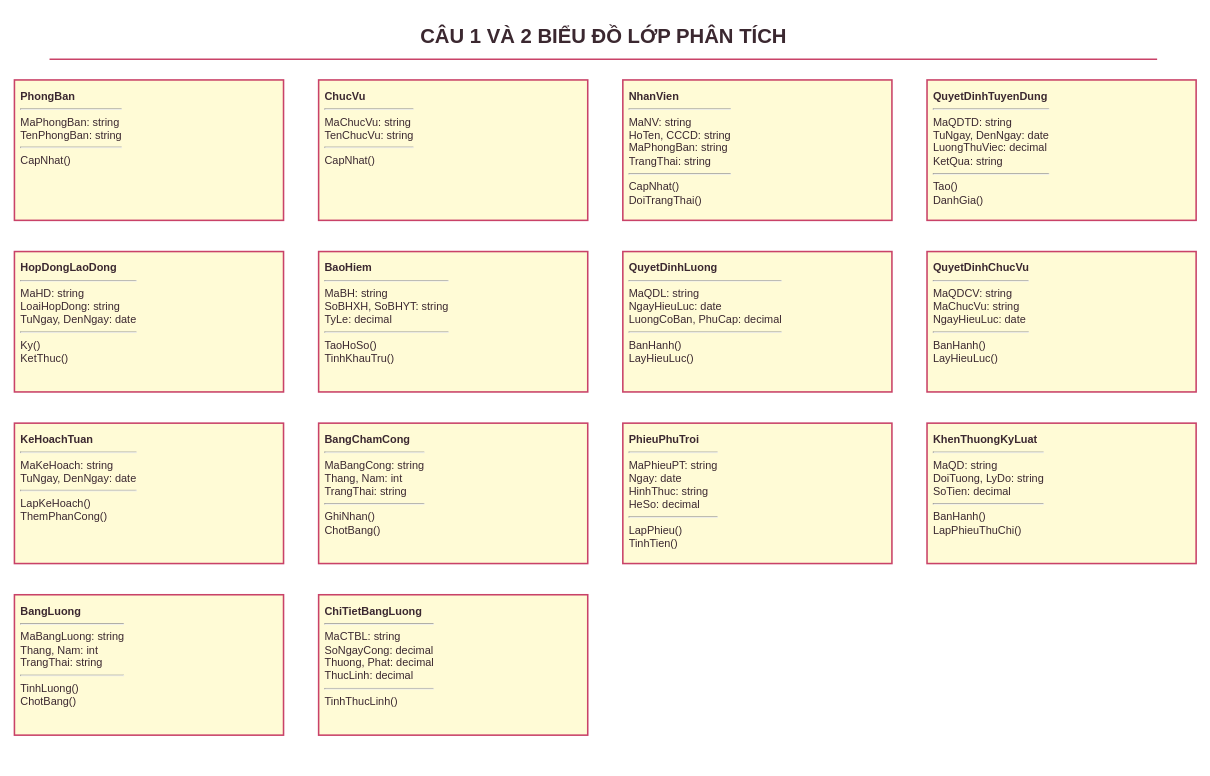
Earlier version of the draw.io diagram page "Câu 1 Và 2 Biểu Đồ Lớp Phân Tích" (1 of 8) of LAB_AT_OOSD/LAB07/thietke/PhamMinhGiang-12DHCNPM1-LAB07.drawio (1250080044-PhamMinhGiang-12DHCNPM1/OOP-Lab). Source tidied: cells renumbered, new cells numbered last; positions are measured from the earlier drawing's top-left corner, leaving out a move shared by most shapes. Both pictures are drawn from the tidied source at 78%, with x=0, y=0 at pixel (14, 13).
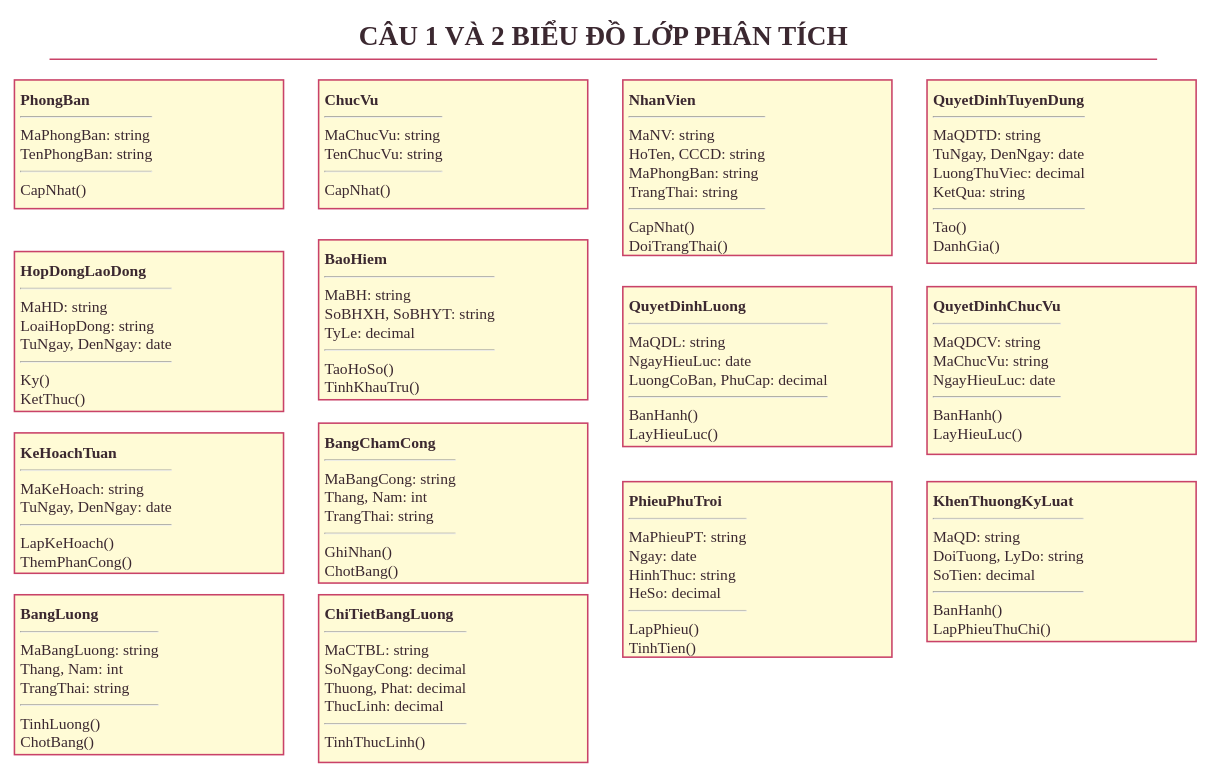
The same diagram, later.

The edit, as a diff of the source:
```diff
@@
 <mxGraphModel background="#FFFFFF">
   <root>
     <mxCell id="0" />
     <mxCell id="1" parent="0" />
-    <mxCell id="2" value="CÂU 1 VÀ 2  BIỂU ĐỒ LỚP PHÂN TÍCH" style="text;html=1;align=center;verticalAlign=middle;fontSize=26;fontStyle=1;fontColor=#3B2830;strokeColor=none;fillColor=none;" parent="1" vertex="1">
+    <mxCell id="2" value="CÂU 1 VÀ 2  BIỂU ĐỒ LỚP PHÂN TÍCH" style="text;html=1;align=center;verticalAlign=middle;fontSize=35;fontStyle=1;fontColor=#3B2830;strokeColor=none;fillColor=none;fontFamily=Times New Roman;" parent="1" vertex="1">
       <mxGeometry x="45" width="1420" height="58" as="geometry" />
     </mxCell>
-    <mxCell id="3" style="shape=line;strokeColor=#C94268;strokeWidth=2;" parent="1" vertex="1">
+    <mxCell id="3" style="shape=line;strokeColor=#C94268;strokeWidth=2;fontFamily=Times New Roman;fontSize=20;align=left;" parent="1" vertex="1">
       <mxGeometry x="45" y="58" width="1420" height="1" as="geometry" />
     </mxCell>
-    <mxCell id="4" value="&lt;b&gt;PhongBan&lt;/b&gt;&lt;hr&gt;MaPhongBan: string&lt;br&gt;TenPhongBan: string&lt;hr&gt;CapNhat()" style="rounded=0;whiteSpace=wrap;html=1;fontColor=#3B2830;strokeColor=#C94268;strokeWidth=2;fillColor=#FFFBD6;fontSize=14;align=left;verticalAlign=top;spacing=8;" parent="1" vertex="1">
-      <mxGeometry y="85" width="345" height="180" as="geometry" />
+    <mxCell id="4" value="&lt;b&gt;PhongBan&lt;/b&gt;&lt;hr&gt;MaPhongBan: string&lt;br&gt;TenPhongBan: string&lt;hr&gt;CapNhat()" style="rounded=0;whiteSpace=wrap;html=1;fontColor=#3B2830;strokeColor=#C94268;strokeWidth=2;fillColor=#FFFBD6;fontSize=20;align=left;verticalAlign=top;spacing=8;fontFamily=Times New Roman;" parent="1" vertex="1">
+      <mxGeometry y="85" width="345" height="165" as="geometry" />
     </mxCell>
-    <mxCell id="5" value="&lt;b&gt;ChucVu&lt;/b&gt;&lt;hr&gt;MaChucVu: string&lt;br&gt;TenChucVu: string&lt;hr&gt;CapNhat()" style="rounded=0;whiteSpace=wrap;html=1;fontColor=#3B2830;strokeColor=#C94268;strokeWidth=2;fillColor=#FFFBD6;fontSize=14;align=left;verticalAlign=top;spacing=8;" parent="1" vertex="1">
-      <mxGeometry x="390" y="85" width="345" height="180" as="geometry" />
+    <mxCell id="5" value="&lt;b&gt;ChucVu&lt;/b&gt;&lt;hr&gt;MaChucVu: string&lt;br&gt;TenChucVu: string&lt;hr&gt;CapNhat()" style="rounded=0;whiteSpace=wrap;html=1;fontColor=#3B2830;strokeColor=#C94268;strokeWidth=2;fillColor=#FFFBD6;fontSize=20;align=left;verticalAlign=top;spacing=8;fontFamily=Times New Roman;" parent="1" vertex="1">
+      <mxGeometry x="390" y="85" width="345" height="165" as="geometry" />
     </mxCell>
-    <mxCell id="6" value="&lt;b&gt;NhanVien&lt;/b&gt;&lt;hr&gt;MaNV: string&lt;br&gt;HoTen, CCCD: string&lt;br&gt;MaPhongBan: string&lt;br&gt;TrangThai: string&lt;hr&gt;CapNhat()&lt;br&gt;DoiTrangThai()" style="rounded=0;whiteSpace=wrap;html=1;fontColor=#3B2830;strokeColor=#C94268;strokeWidth=2;fillColor=#FFFBD6;fontSize=14;align=left;verticalAlign=top;spacing=8;" parent="1" vertex="1">
-      <mxGeometry x="780" y="85" width="345" height="180" as="geometry" />
+    <mxCell id="6" value="&lt;b&gt;NhanVien&lt;/b&gt;&lt;hr&gt;MaNV: string&lt;br&gt;HoTen, CCCD: string&lt;br&gt;MaPhongBan: string&lt;br&gt;TrangThai: string&lt;hr&gt;CapNhat()&lt;br&gt;DoiTrangThai()" style="rounded=0;whiteSpace=wrap;html=1;fontColor=#3B2830;strokeColor=#C94268;strokeWidth=2;fillColor=#FFFBD6;fontSize=20;align=left;verticalAlign=top;spacing=8;fontFamily=Times New Roman;" parent="1" vertex="1">
+      <mxGeometry x="780" y="85" width="345" height="225" as="geometry" />
     </mxCell>
-    <mxCell id="7" value="&lt;b&gt;QuyetDinhTuyenDung&lt;/b&gt;&lt;hr&gt;MaQDTD: string&lt;br&gt;TuNgay, DenNgay: date&lt;br&gt;LuongThuViec: decimal&lt;br&gt;KetQua: string&lt;hr&gt;Tao()&lt;br&gt;DanhGia()" style="rounded=0;whiteSpace=wrap;html=1;fontColor=#3B2830;strokeColor=#C94268;strokeWidth=2;fillColor=#FFFBD6;fontSize=14;align=left;verticalAlign=top;spacing=8;" parent="1" vertex="1">
-      <mxGeometry x="1170" y="85" width="345" height="180" as="geometry" />
+    <mxCell id="7" value="&lt;b&gt;QuyetDinhTuyenDung&lt;/b&gt;&lt;hr&gt;MaQDTD: string&lt;br&gt;TuNgay, DenNgay: date&lt;br&gt;LuongThuViec: decimal&lt;br&gt;KetQua: string&lt;hr&gt;Tao()&lt;br&gt;DanhGia()" style="rounded=0;whiteSpace=wrap;html=1;fontColor=#3B2830;strokeColor=#C94268;strokeWidth=2;fillColor=#FFFBD6;fontSize=20;align=left;verticalAlign=top;spacing=8;fontFamily=Times New Roman;" parent="1" vertex="1">
+      <mxGeometry x="1170" y="85" width="345" height="235" as="geometry" />
     </mxCell>
-    <mxCell id="8" value="&lt;b&gt;HopDongLaoDong&lt;/b&gt;&lt;hr&gt;MaHD: string&lt;br&gt;LoaiHopDong: string&lt;br&gt;TuNgay, DenNgay: date&lt;hr&gt;Ky()&lt;br&gt;KetThuc()" style="rounded=0;whiteSpace=wrap;html=1;fontColor=#3B2830;strokeColor=#C94268;strokeWidth=2;fillColor=#FFFBD6;fontSize=14;align=left;verticalAlign=top;spacing=8;" parent="1" vertex="1">
-      <mxGeometry y="305" width="345" height="180" as="geometry" />
+    <mxCell id="8" value="&lt;b&gt;HopDongLaoDong&lt;/b&gt;&lt;hr&gt;MaHD: string&lt;br&gt;LoaiHopDong: string&lt;br&gt;TuNgay, DenNgay: date&lt;hr&gt;Ky()&lt;br&gt;KetThuc()" style="rounded=0;whiteSpace=wrap;html=1;fontColor=#3B2830;strokeColor=#C94268;strokeWidth=2;fillColor=#FFFBD6;fontSize=20;align=left;verticalAlign=top;spacing=8;fontFamily=Times New Roman;" parent="1" vertex="1">
+      <mxGeometry y="305" width="345" height="205" as="geometry" />
     </mxCell>
-    <mxCell id="9" value="&lt;b&gt;BaoHiem&lt;/b&gt;&lt;hr&gt;MaBH: string&lt;br&gt;SoBHXH, SoBHYT: string&lt;br&gt;TyLe: decimal&lt;hr&gt;TaoHoSo()&lt;br&gt;TinhKhauTru()" style="rounded=0;whiteSpace=wrap;html=1;fontColor=#3B2830;strokeColor=#C94268;strokeWidth=2;fillColor=#FFFBD6;fontSize=14;align=left;verticalAlign=top;spacing=8;" parent="1" vertex="1">
-      <mxGeometry x="390" y="305" width="345" height="180" as="geometry" />
+    <mxCell id="9" value="&lt;b&gt;BaoHiem&lt;/b&gt;&lt;hr&gt;MaBH: string&lt;br&gt;SoBHXH, SoBHYT: string&lt;br&gt;TyLe: decimal&lt;hr&gt;TaoHoSo()&lt;br&gt;TinhKhauTru()" style="rounded=0;whiteSpace=wrap;html=1;fontColor=#3B2830;strokeColor=#C94268;strokeWidth=2;fillColor=#FFFBD6;fontSize=20;align=left;verticalAlign=top;spacing=8;fontFamily=Times New Roman;" parent="1" vertex="1">
+      <mxGeometry x="390" y="290" width="345" height="205" as="geometry" />
     </mxCell>
-    <mxCell id="10" value="&lt;b&gt;QuyetDinhLuong&lt;/b&gt;&lt;hr&gt;MaQDL: string&lt;br&gt;NgayHieuLuc: date&lt;br&gt;LuongCoBan, PhuCap: decimal&lt;hr&gt;BanHanh()&lt;br&gt;LayHieuLuc()" style="rounded=0;whiteSpace=wrap;html=1;fontColor=#3B2830;strokeColor=#C94268;strokeWidth=2;fillColor=#FFFBD6;fontSize=14;align=left;verticalAlign=top;spacing=8;" parent="1" vertex="1">
-      <mxGeometry x="780" y="305" width="345" height="180" as="geometry" />
+    <mxCell id="10" value="&lt;b&gt;QuyetDinhLuong&lt;/b&gt;&lt;hr&gt;MaQDL: string&lt;br&gt;NgayHieuLuc: date&lt;br&gt;LuongCoBan, PhuCap: decimal&lt;hr&gt;BanHanh()&lt;br&gt;LayHieuLuc()" style="rounded=0;whiteSpace=wrap;html=1;fontColor=#3B2830;strokeColor=#C94268;strokeWidth=2;fillColor=#FFFBD6;fontSize=20;align=left;verticalAlign=top;spacing=8;fontFamily=Times New Roman;" parent="1" vertex="1">
+      <mxGeometry x="780" y="350" width="345" height="205" as="geometry" />
     </mxCell>
-    <mxCell id="11" value="&lt;b&gt;QuyetDinhChucVu&lt;/b&gt;&lt;hr&gt;MaQDCV: string&lt;br&gt;MaChucVu: string&lt;br&gt;NgayHieuLuc: date&lt;hr&gt;BanHanh()&lt;br&gt;LayHieuLuc()" style="rounded=0;whiteSpace=wrap;html=1;fontColor=#3B2830;strokeColor=#C94268;strokeWidth=2;fillColor=#FFFBD6;fontSize=14;align=left;verticalAlign=top;spacing=8;" parent="1" vertex="1">
-      <mxGeometry x="1170" y="305" width="345" height="180" as="geometry" />
+    <mxCell id="11" value="&lt;b&gt;QuyetDinhChucVu&lt;/b&gt;&lt;hr&gt;MaQDCV: string&lt;br&gt;MaChucVu: string&lt;br&gt;NgayHieuLuc: date&lt;hr&gt;BanHanh()&lt;br&gt;LayHieuLuc()" style="rounded=0;whiteSpace=wrap;html=1;fontColor=#3B2830;strokeColor=#C94268;strokeWidth=2;fillColor=#FFFBD6;fontSize=20;align=left;verticalAlign=top;spacing=8;fontFamily=Times New Roman;" parent="1" vertex="1">
+      <mxGeometry x="1170" y="350" width="345" height="215" as="geometry" />
     </mxCell>
-    <mxCell id="12" value="&lt;b&gt;KeHoachTuan&lt;/b&gt;&lt;hr&gt;MaKeHoach: string&lt;br&gt;TuNgay, DenNgay: date&lt;hr&gt;LapKeHoach()&lt;br&gt;ThemPhanCong()" style="rounded=0;whiteSpace=wrap;html=1;fontColor=#3B2830;strokeColor=#C94268;strokeWidth=2;fillColor=#FFFBD6;fontSize=14;align=left;verticalAlign=top;spacing=8;" parent="1" vertex="1">
-      <mxGeometry y="525" width="345" height="180" as="geometry" />
+    <mxCell id="12" value="&lt;b&gt;KeHoachTuan&lt;/b&gt;&lt;hr&gt;MaKeHoach: string&lt;br&gt;TuNgay, DenNgay: date&lt;hr&gt;LapKeHoach()&lt;br&gt;ThemPhanCong()" style="rounded=0;whiteSpace=wrap;html=1;fontColor=#3B2830;strokeColor=#C94268;strokeWidth=2;fillColor=#FFFBD6;fontSize=20;align=left;verticalAlign=top;spacing=8;fontFamily=Times New Roman;" parent="1" vertex="1">
+      <mxGeometry y="537.5" width="345" height="180" as="geometry" />
     </mxCell>
-    <mxCell id="13" value="&lt;b&gt;BangChamCong&lt;/b&gt;&lt;hr&gt;MaBangCong: string&lt;br&gt;Thang, Nam: int&lt;br&gt;TrangThai: string&lt;hr&gt;GhiNhan()&lt;br&gt;ChotBang()" style="rounded=0;whiteSpace=wrap;html=1;fontColor=#3B2830;strokeColor=#C94268;strokeWidth=2;fillColor=#FFFBD6;fontSize=14;align=left;verticalAlign=top;spacing=8;" parent="1" vertex="1">
-      <mxGeometry x="390" y="525" width="345" height="180" as="geometry" />
+    <mxCell id="13" value="&lt;b&gt;BangChamCong&lt;/b&gt;&lt;hr&gt;MaBangCong: string&lt;br&gt;Thang, Nam: int&lt;br&gt;TrangThai: string&lt;hr&gt;GhiNhan()&lt;br&gt;ChotBang()" style="rounded=0;whiteSpace=wrap;html=1;fontColor=#3B2830;strokeColor=#C94268;strokeWidth=2;fillColor=#FFFBD6;fontSize=20;align=left;verticalAlign=top;spacing=8;fontFamily=Times New Roman;" parent="1" vertex="1">
+      <mxGeometry x="390" y="525" width="345" height="205" as="geometry" />
     </mxCell>
-    <mxCell id="14" value="&lt;b&gt;PhieuPhuTroi&lt;/b&gt;&lt;hr&gt;MaPhieuPT: string&lt;br&gt;Ngay: date&lt;br&gt;HinhThuc: string&lt;br&gt;HeSo: decimal&lt;hr&gt;LapPhieu()&lt;br&gt;TinhTien()" style="rounded=0;whiteSpace=wrap;html=1;fontColor=#3B2830;strokeColor=#C94268;strokeWidth=2;fillColor=#FFFBD6;fontSize=14;align=left;verticalAlign=top;spacing=8;" parent="1" vertex="1">
-      <mxGeometry x="780" y="525" width="345" height="180" as="geometry" />
+    <mxCell id="14" value="&lt;b&gt;PhieuPhuTroi&lt;/b&gt;&lt;hr&gt;MaPhieuPT: string&lt;br&gt;Ngay: date&lt;br&gt;HinhThuc: string&lt;br&gt;HeSo: decimal&lt;hr&gt;LapPhieu()&lt;br&gt;TinhTien()" style="rounded=0;whiteSpace=wrap;html=1;fontColor=#3B2830;strokeColor=#C94268;strokeWidth=2;fillColor=#FFFBD6;fontSize=20;align=left;verticalAlign=top;spacing=8;fontFamily=Times New Roman;" parent="1" vertex="1">
+      <mxGeometry x="780" y="600" width="345" height="225" as="geometry" />
     </mxCell>
-    <mxCell id="15" value="&lt;b&gt;KhenThuongKyLuat&lt;/b&gt;&lt;hr&gt;MaQD: string&lt;br&gt;DoiTuong, LyDo: string&lt;br&gt;SoTien: decimal&lt;hr&gt;BanHanh()&lt;br&gt;LapPhieuThuChi()" style="rounded=0;whiteSpace=wrap;html=1;fontColor=#3B2830;strokeColor=#C94268;strokeWidth=2;fillColor=#FFFBD6;fontSize=14;align=left;verticalAlign=top;spacing=8;" parent="1" vertex="1">
-      <mxGeometry x="1170" y="525" width="345" height="180" as="geometry" />
+    <mxCell id="15" value="&lt;b&gt;KhenThuongKyLuat&lt;/b&gt;&lt;hr&gt;MaQD: string&lt;br&gt;DoiTuong, LyDo: string&lt;br&gt;SoTien: decimal&lt;hr&gt;BanHanh()&lt;br&gt;LapPhieuThuChi()" style="rounded=0;whiteSpace=wrap;html=1;fontColor=#3B2830;strokeColor=#C94268;strokeWidth=2;fillColor=#FFFBD6;fontSize=20;align=left;verticalAlign=top;spacing=8;fontFamily=Times New Roman;" parent="1" vertex="1">
+      <mxGeometry x="1170" y="600" width="345" height="205" as="geometry" />
     </mxCell>
-    <mxCell id="16" value="&lt;b&gt;BangLuong&lt;/b&gt;&lt;hr&gt;MaBangLuong: string&lt;br&gt;Thang, Nam: int&lt;br&gt;TrangThai: string&lt;hr&gt;TinhLuong()&lt;br&gt;ChotBang()" style="rounded=0;whiteSpace=wrap;html=1;fontColor=#3B2830;strokeColor=#C94268;strokeWidth=2;fillColor=#FFFBD6;fontSize=14;align=left;verticalAlign=top;spacing=8;" parent="1" vertex="1">
-      <mxGeometry y="745" width="345" height="180" as="geometry" />
+    <mxCell id="16" value="&lt;b&gt;BangLuong&lt;/b&gt;&lt;hr&gt;MaBangLuong: string&lt;br&gt;Thang, Nam: int&lt;br&gt;TrangThai: string&lt;hr&gt;TinhLuong()&lt;br&gt;ChotBang()" style="rounded=0;whiteSpace=wrap;html=1;fontColor=#3B2830;strokeColor=#C94268;strokeWidth=2;fillColor=#FFFBD6;fontSize=20;align=left;verticalAlign=top;spacing=8;fontFamily=Times New Roman;" parent="1" vertex="1">
+      <mxGeometry y="745" width="345" height="205" as="geometry" />
     </mxCell>
-    <mxCell id="17" value="&lt;b&gt;ChiTietBangLuong&lt;/b&gt;&lt;hr&gt;MaCTBL: string&lt;br&gt;SoNgayCong: decimal&lt;br&gt;Thuong, Phat: decimal&lt;br&gt;ThucLinh: decimal&lt;hr&gt;TinhThucLinh()" style="rounded=0;whiteSpace=wrap;html=1;fontColor=#3B2830;strokeColor=#C94268;strokeWidth=2;fillColor=#FFFBD6;fontSize=14;align=left;verticalAlign=top;spacing=8;" parent="1" vertex="1">
-      <mxGeometry x="390" y="745" width="345" height="180" as="geometry" />
+    <mxCell id="17" value="&lt;b&gt;ChiTietBangLuong&lt;/b&gt;&lt;hr&gt;MaCTBL: string&lt;br&gt;SoNgayCong: decimal&lt;br&gt;Thuong, Phat: decimal&lt;br&gt;ThucLinh: decimal&lt;hr&gt;TinhThucLinh()" style="rounded=0;whiteSpace=wrap;html=1;fontColor=#3B2830;strokeColor=#C94268;strokeWidth=2;fillColor=#FFFBD6;fontSize=20;align=left;verticalAlign=top;spacing=8;fontFamily=Times New Roman;" parent="1" vertex="1">
+      <mxGeometry x="390" y="745" width="345" height="215" as="geometry" />
     </mxCell>
   </root>
 </mxGraphModel>
```
